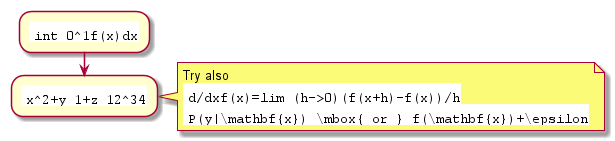
The PlantUML diagram PlantUML/equation1.png in GiovaniPM/DMNTests, before a commit. Source of this version:
```plantuml
@startuml
:<math>int_0^1f(x)dx</math>;
:<math>x^2+y_1+z_12^34</math>;
note right
Try also
<math>d/dxf(x)=lim_(h->0)(f(x+h)-f(x))/h</math>
<latex>P(y|\mathbf{x}) \mbox{ or } f(\mathbf{x})+\epsilon</latex>
end note
@enduml
```
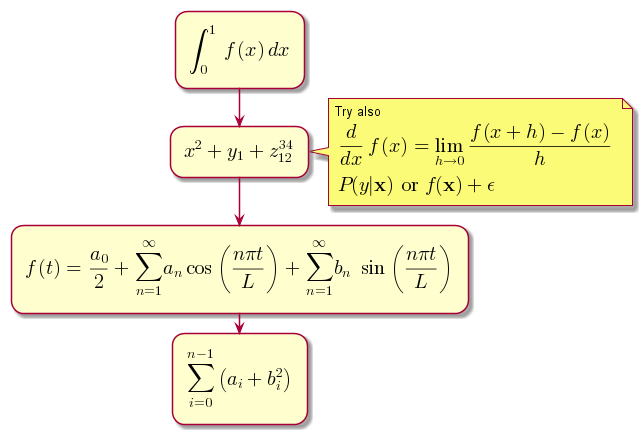
The same file after the commit.

What changed in the source:
```diff
@@ -6,4 +6,6 @@
 <math>d/dxf(x)=lim_(h->0)(f(x+h)-f(x))/h</math>
 <latex>P(y|\mathbf{x}) \mbox{ or } f(\mathbf{x})+\epsilon</latex>
 end note
+:<math>f(t)=(a_0)/2 + sum_(n=1)^ooa_ncos((npit)/L)+sum_(n=1)^oo b_n\ sin((npit)/L)</math>;
+:<math>\sum_{i=0}^{n-1} (a_i + b_i^2)</math>;
 @enduml
```
